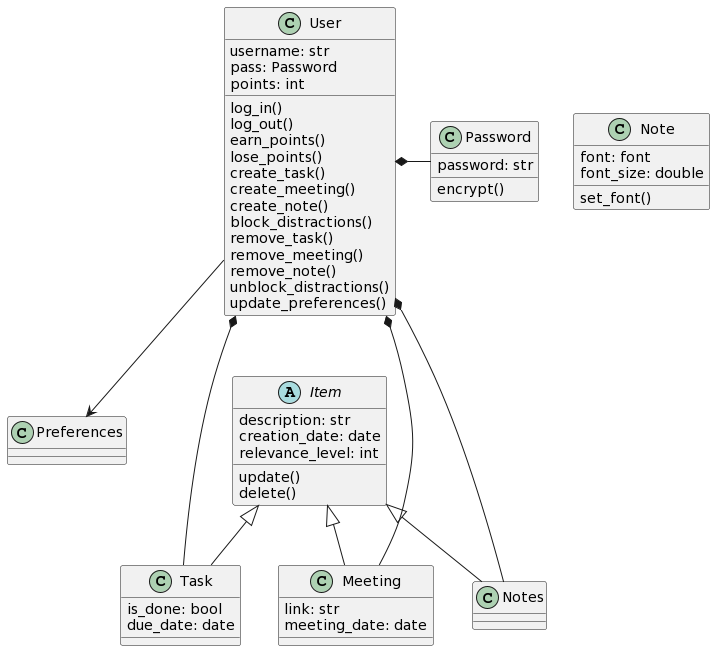
Earlier version of the PlantUML export assets/images/uml.png (ATJaime/AJCalendar).
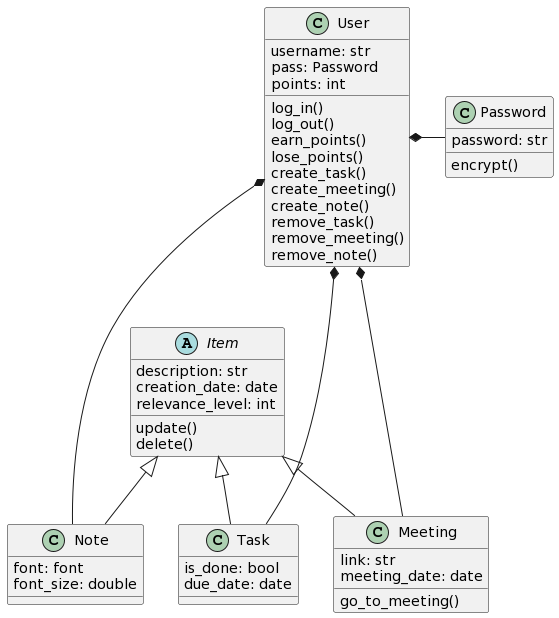
After the commit.

Commit message:
Actualización de UML

The edit, as a diff of the source:
```diff
@@ -16,12 +16,9 @@
     create_task()
     create_meeting()
     create_note()
-    block_distractions()
     remove_task()
     remove_meeting()
     remove_note()
-    unblock_distractions()
-    update_preferences()
 }
 
 abstract class "Item"{
@@ -36,8 +33,6 @@
 class Note{
     font: font
     font_size: double
-
-    set_font()
 }
 
 class Task{
@@ -48,23 +43,17 @@
 class Meeting{
     link: str
     meeting_date: date
+    go_to_meeting()
 }
-
-class Preferences{
-
-}
-
 
 
 Item <|-- Task
 Item <|-- Meeting
-Item <|-- Notes
+Item <|-- Note
 
 User *-- Task
 User *--- Meeting
-User *--- Notes
+User *--- Note
 
 User *- Password
-
-User --> Preferences
 @enduml
```
